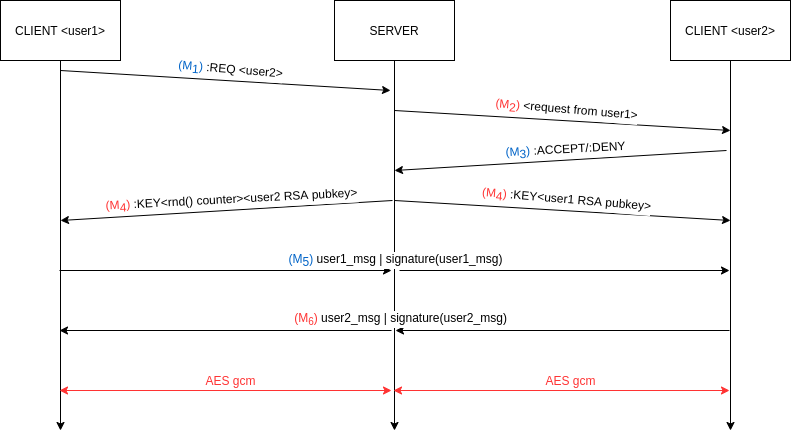
matteodefra/Focproject keeps this draw.io diagram as pics/request.png. Above is the earlier version. Source tidied: cells renumbered, new cells last; positions are measured from the earlier drawing's top-left corner, leaving out a move shared by most shapes.
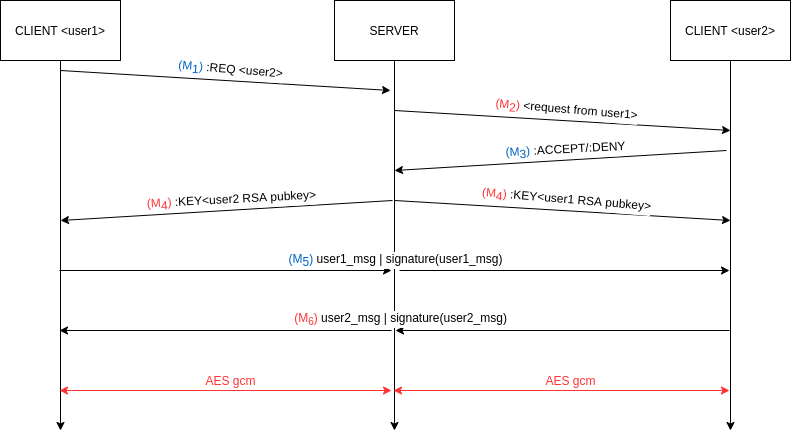
Above is the later version.

What changed in the source:
```diff
@@ -68,7 +68,7 @@
         <mxPoint x="60" y="220" as="targetPoint" />
       </mxGeometry>
     </mxCell>
-    <mxCell id="15" value="&lt;span style=&quot;color: rgb(255, 51, 51); font-size: 12px;&quot;&gt;(M&lt;/span&gt;&lt;font style=&quot;color: rgb(255, 51, 51); font-size: 12px;&quot;&gt;&lt;sub style=&quot;font-size: 12px;&quot;&gt;4&lt;/sub&gt;&lt;/font&gt;&lt;span style=&quot;color: rgb(255, 51, 51); font-size: 12px;&quot;&gt;)&amp;nbsp;&lt;/span&gt;:KEY&amp;lt;rnd() counter&amp;gt;&amp;lt;user2 RSA pubkey&amp;gt;" style="edgeLabel;html=1;align=center;verticalAlign=middle;rotation=-3;fontSize=12;" parent="14" vertex="1">
+    <mxCell id="15" value="&lt;span style=&quot;color: rgb(255 , 51 , 51) ; font-size: 12px&quot;&gt;(M&lt;/span&gt;&lt;font style=&quot;color: rgb(255 , 51 , 51) ; font-size: 12px&quot;&gt;&lt;sub style=&quot;font-size: 12px&quot;&gt;4&lt;/sub&gt;&lt;/font&gt;&lt;span style=&quot;color: rgb(255 , 51 , 51) ; font-size: 12px&quot;&gt;)&amp;nbsp;&lt;/span&gt;:KEY&amp;lt;user2 RSA pubkey&amp;gt;" style="edgeLabel;html=1;align=center;verticalAlign=middle;rotation=-3;fontSize=12;" parent="14" vertex="1">
       <mxGeometry x="0.09" relative="1" as="geometry">
         <mxPoint x="19" y="-11" as="offset" />
       </mxGeometry>
```
